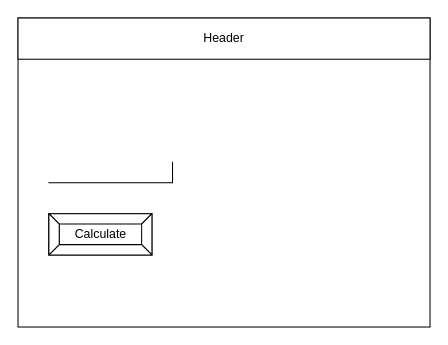
Before: design/story-board.drawio in brennan-lee/ICS2O-Unit5-01-HTML-Slider, a draw.io diagram. Source tidied: cells renumbered, new cells numbered last; positions are measured from the earlier drawing's top-left corner, leaving out a move shared by most shapes. Both pictures are drawn from the tidied source at 103%, with x=0, y=0 at pixel (18, 18).
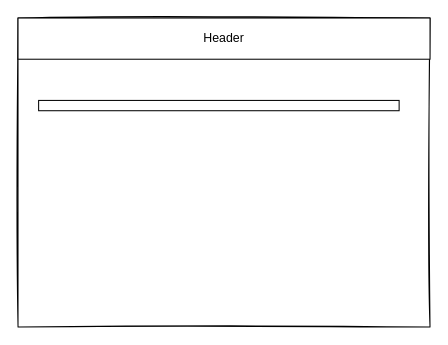
The same page after the edit.

Diff of the diagram source:
```diff
@@
 <mxGraphModel>
   <root>
     <mxCell id="0" />
     <mxCell id="1" parent="0" />
-    <mxCell id="2" style="rounded=0;whiteSpace=wrap;html=1;" parent="1" vertex="1">
+    <mxCell id="2" style="rounded=0;whiteSpace=wrap;html=1;sketch=1;" parent="1" vertex="1">
       <mxGeometry width="400" height="300" as="geometry" />
     </mxCell>
     <mxCell id="3" value="Header" style="rounded=0;whiteSpace=wrap;html=1;" parent="1" vertex="1">
       <mxGeometry width="400" height="40" as="geometry" />
     </mxCell>
-    <mxCell id="4" style="shape=partialRectangle;whiteSpace=wrap;html=1;top=0;left=0;fillColor=none;" parent="1" vertex="1">
-      <mxGeometry x="30" y="140" width="120" height="20" as="geometry" />
-    </mxCell>
-    <mxCell id="5" value="Calculate" style="labelPosition=center;verticalLabelPosition=middle;align=center;html=1;shape=mxgraph.basic.button;dx=10;" parent="1" vertex="1">
-      <mxGeometry x="30" y="190" width="100" height="40" as="geometry" />
-    </mxCell>
+    <mxCell id="6" style="rounded=0;whiteSpace=wrap;html=1;sketch=0;" parent="1" vertex="1">
+      <mxGeometry x="20" y="80" width="350" height="10" as="geometry" />
+    </mxCell>
   </root>
 </mxGraphModel>
```
